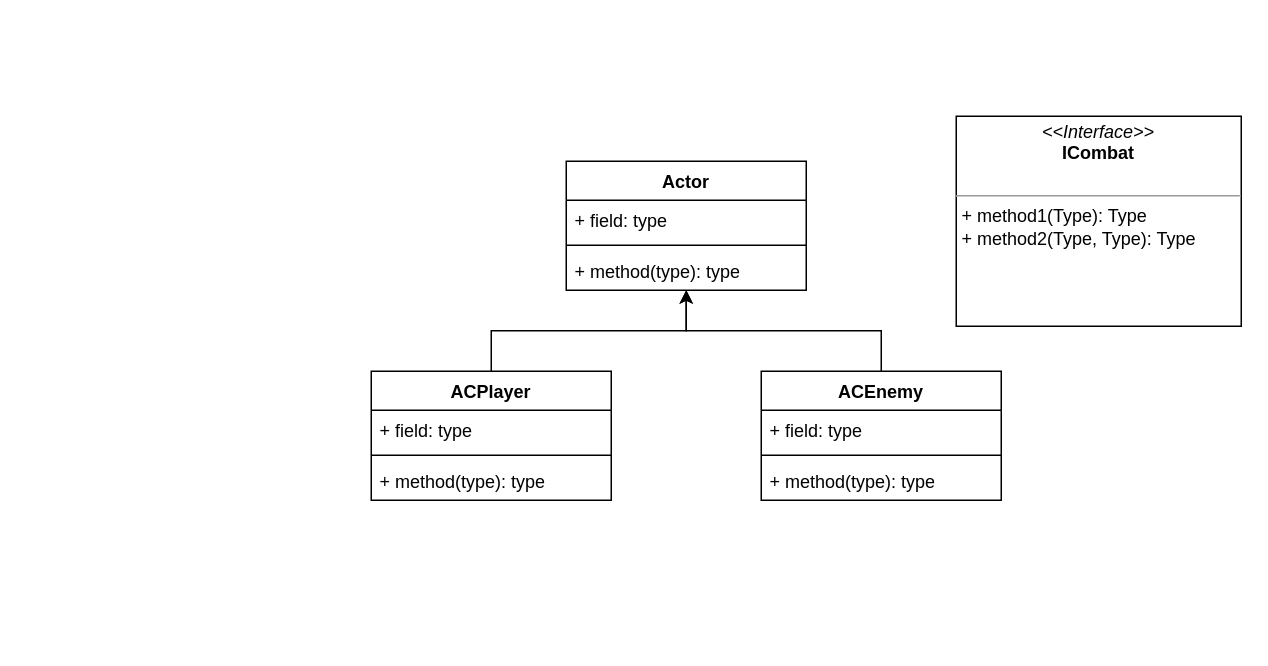
This is 제목 없는 다이어그램.drawio from Prior-learning/TopViewProject, a draw.io file, before an edit. Source tidied: cells renumbered, new cells numbered last; positions are measured from the earlier drawing's top-left corner, leaving out a move shared by most shapes. Both pictures are drawn from the tidied source at 150%, with x=0, y=0 at pixel (370, 116).
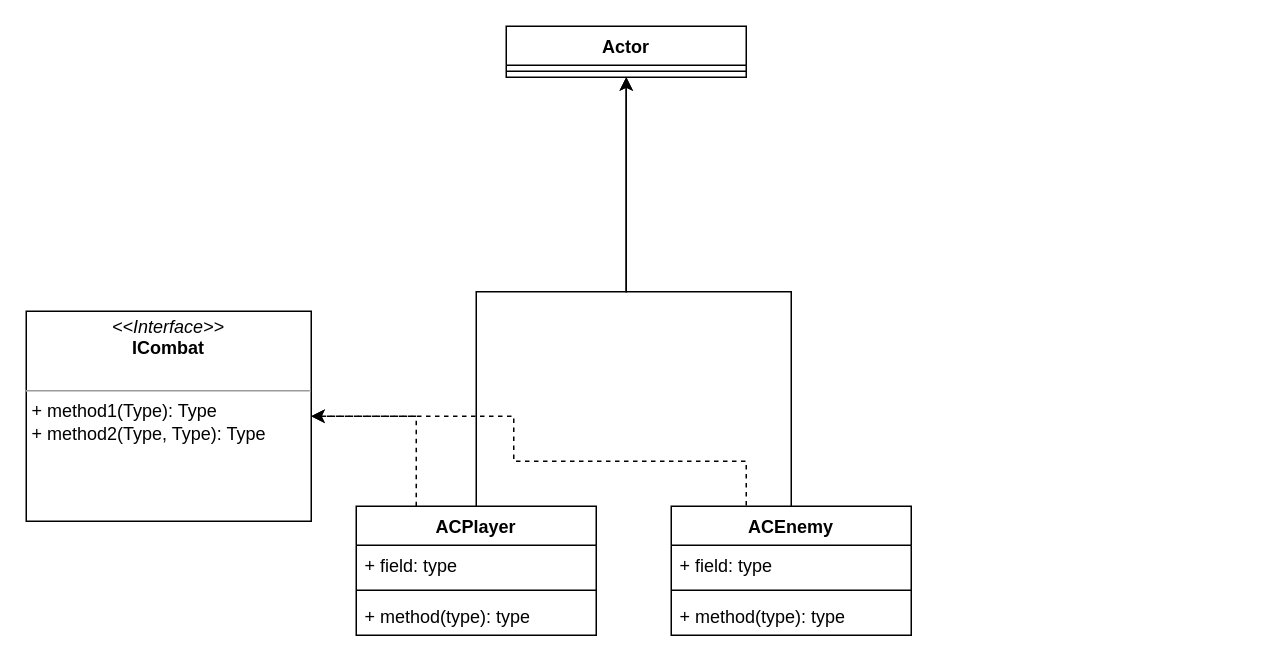
The same diagram, later.

Commit message:
interface 점선으로 변경

The edit, as a diff of the source:
```diff
@@
 <mxGraphModel>
   <root>
     <mxCell id="0" />
     <mxCell id="1" parent="0" />
     <mxCell id="2" value="Actor" style="swimlane;fontStyle=1;align=center;verticalAlign=top;horizontal=1;startSize=26;whiteSpace=wrap;html=1;" parent="1" vertex="1">
-      <mxGeometry x="130" y="30" width="160" height="86" as="geometry" />
+      <mxGeometry x="90" y="-60" width="160" height="34" as="geometry" />
     </mxCell>
-    <mxCell id="3" value="+ field: type" style="text;strokeColor=none;fillColor=none;align=left;verticalAlign=top;spacingLeft=4;spacingRight=4;overflow=hidden;whiteSpace=wrap;html=1;" parent="2" vertex="1">
-      <mxGeometry y="26" width="160" height="26" as="geometry" />
-    </mxCell>
     <mxCell id="4" style="line;strokeWidth=1;fillColor=none;align=left;verticalAlign=middle;spacingTop=-1;spacingLeft=3;spacingRight=3;labelPosition=right;strokeColor=inherit;" parent="2" vertex="1">
-      <mxGeometry y="52" width="160" height="8" as="geometry" />
+      <mxGeometry y="26" width="160" height="8" as="geometry" />
     </mxCell>
-    <mxCell id="5" value="+ method(type): type" style="text;strokeColor=none;fillColor=none;align=left;verticalAlign=top;spacingLeft=4;spacingRight=4;overflow=hidden;whiteSpace=wrap;html=1;" parent="2" vertex="1">
-      <mxGeometry y="60" width="160" height="26" as="geometry" />
-    </mxCell>
+    <mxCell id="17" style="edgeStyle=orthogonalEdgeStyle;rounded=0;jettySize=auto;html=1;exitX=0.25;exitY=0;exitDx=0;exitDy=0;strokeColor=default;dashed=1;" parent="1" edge="1" source="7" target="11">
+      <mxGeometry relative="1" as="geometry" />
+    </mxCell>
     <mxCell id="6" style="edgeStyle=orthogonalEdgeStyle;rounded=0;jettySize=auto;html=1;exitX=0.5;exitY=0;exitDx=0;exitDy=0;" parent="1" edge="1" source="7" target="2">
       <mxGeometry relative="1" as="geometry" />
     </mxCell>
     <mxCell id="7" value="ACPlayer" style="swimlane;fontStyle=1;align=center;verticalAlign=top;horizontal=1;startSize=26;whiteSpace=wrap;html=1;" parent="1" vertex="1">
-      <mxGeometry y="170" width="160" height="86" as="geometry" />
+      <mxGeometry x="-10" y="260" width="160" height="86" as="geometry" />
     </mxCell>
     <mxCell id="8" value="+ field: type" style="text;strokeColor=none;fillColor=none;align=left;verticalAlign=top;spacingLeft=4;spacingRight=4;overflow=hidden;whiteSpace=wrap;html=1;" parent="7" vertex="1">
       <mxGeometry y="26" width="160" height="26" as="geometry" />
     </mxCell>
     <mxCell id="9" style="line;strokeWidth=1;fillColor=none;align=left;verticalAlign=middle;spacingTop=-1;spacingLeft=3;spacingRight=3;labelPosition=right;strokeColor=inherit;" parent="7" vertex="1">
       <mxGeometry y="52" width="160" height="8" as="geometry" />
     </mxCell>
     <mxCell id="10" value="+ method(type): type" style="text;strokeColor=none;fillColor=none;align=left;verticalAlign=top;spacingLeft=4;spacingRight=4;overflow=hidden;whiteSpace=wrap;html=1;" parent="7" vertex="1">
       <mxGeometry y="60" width="160" height="26" as="geometry" />
     </mxCell>
     <mxCell id="11" value="&lt;p style=&quot;margin:0px;margin-top:4px;text-align:center;&quot;&gt;&lt;i&gt;&amp;lt;&amp;lt;Interface&amp;gt;&amp;gt;&lt;/i&gt;&lt;br&gt;&lt;b&gt;ICombat&lt;/b&gt;&lt;/p&gt;&lt;p style=&quot;margin:0px;margin-left:4px;&quot;&gt;&lt;br&gt;&lt;/p&gt;&lt;hr size=&quot;1&quot;&gt;&lt;p style=&quot;margin:0px;margin-left:4px;&quot;&gt;+ method1(Type): Type&lt;br&gt;+ method2(Type, Type): Type&lt;/p&gt;" style="verticalAlign=top;align=left;overflow=fill;fontSize=12;fontFamily=Helvetica;html=1;whiteSpace=wrap;" parent="1" vertex="1">
-      <mxGeometry x="390" width="190" height="140" as="geometry" />
+      <mxGeometry x="-230" y="130" width="190" height="140" as="geometry" />
     </mxCell>
+    <mxCell id="18" style="edgeStyle=orthogonalEdgeStyle;rounded=0;jettySize=auto;html=1;exitX=0;exitY=0.25;exitDx=0;exitDy=0;dashed=1;" parent="1" edge="1" source="13" target="11">
+      <mxGeometry relative="1" as="geometry">
+        <Array as="points">
+          <mxPoint x="250" y="282" />
+          <mxPoint x="250" y="230" />
+          <mxPoint x="95" y="230" />
+          <mxPoint x="95" y="200" />
+        </Array>
+      </mxGeometry>
+    </mxCell>
     <mxCell id="12" style="edgeStyle=orthogonalEdgeStyle;rounded=0;jettySize=auto;html=1;exitX=0.5;exitY=0;exitDx=0;exitDy=0;" parent="1" edge="1" source="13" target="2">
       <mxGeometry relative="1" as="geometry" />
     </mxCell>
     <mxCell id="13" value="ACEnemy" style="swimlane;fontStyle=1;align=center;verticalAlign=top;horizontal=1;startSize=26;whiteSpace=wrap;html=1;" parent="1" vertex="1">
-      <mxGeometry x="260" y="170" width="160" height="86" as="geometry" />
+      <mxGeometry x="200" y="260" width="160" height="86" as="geometry" />
     </mxCell>
     <mxCell id="14" value="+ field: type" style="text;strokeColor=none;fillColor=none;align=left;verticalAlign=top;spacingLeft=4;spacingRight=4;overflow=hidden;whiteSpace=wrap;html=1;" parent="13" vertex="1">
       <mxGeometry y="26" width="160" height="26" as="geometry" />
     </mxCell>
     <mxCell id="15" style="line;strokeWidth=1;fillColor=none;align=left;verticalAlign=middle;spacingTop=-1;spacingLeft=3;spacingRight=3;labelPosition=right;strokeColor=inherit;" parent="13" vertex="1">
       <mxGeometry y="52" width="160" height="8" as="geometry" />
     </mxCell>
     <mxCell id="16" value="+ method(type): type" style="text;strokeColor=none;fillColor=none;align=left;verticalAlign=top;spacingLeft=4;spacingRight=4;overflow=hidden;whiteSpace=wrap;html=1;" parent="13" vertex="1">
       <mxGeometry y="60" width="160" height="26" as="geometry" />
     </mxCell>
   </root>
 </mxGraphModel>
```
